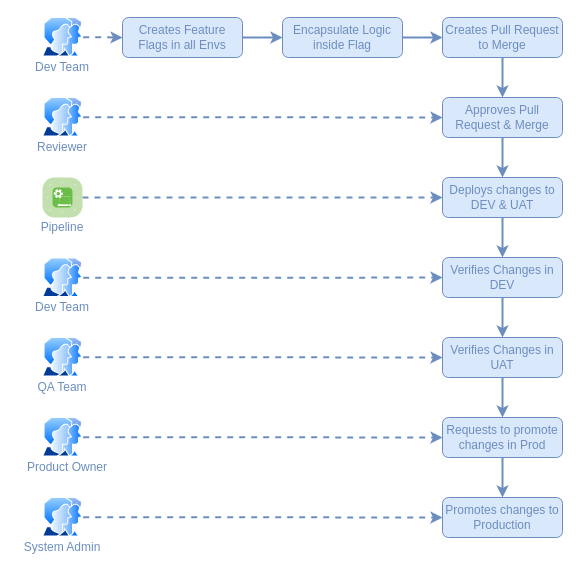
Earlier version of the draw.io diagram GoToProd Process.drawio (satis-pra/sp-draw.io-diagrams). Source tidied: cells renumbered, new cells numbered last; positions are measured from the earlier drawing's top-left corner, leaving out a move shared by most shapes. Both pictures are drawn from the tidied source at 100%, with x=0, y=0 at pixel (17, 17).
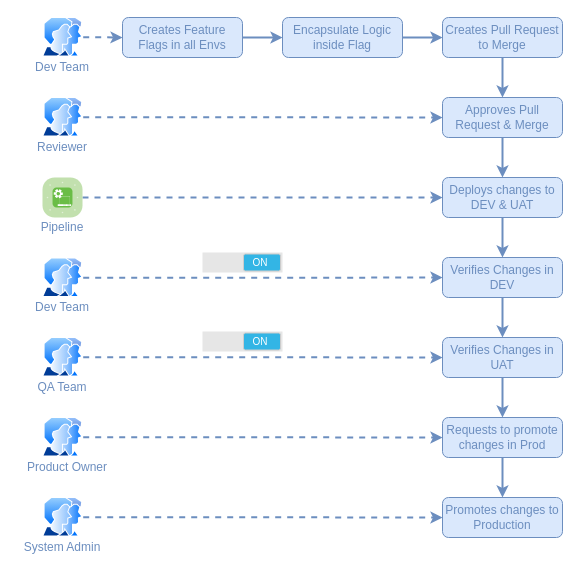
The same page after the edit.

The edit, as a diff of the source:
```diff
@@
+    <mxCell id="41" style="verticalLabelPosition=bottom;verticalAlign=top;html=1;shadow=0;dashed=0;strokeWidth=1;shape=mxgraph.android.switch_on;fillColor=#E6E6E6;fontColor=#6C8EBF;" parent="1" vertex="1">
+      <mxGeometry x="185" y="235" width="80" height="20" as="geometry" />
+    </mxCell>
+    <mxCell id="42" style="verticalLabelPosition=bottom;verticalAlign=top;html=1;shadow=0;dashed=0;strokeWidth=1;shape=mxgraph.android.switch_on;fillColor=#E6E6E6;fontColor=#6C8EBF;" parent="1" vertex="1">
+      <mxGeometry x="185" y="314" width="80" height="20" as="geometry" />
+    </mxCell>
```
